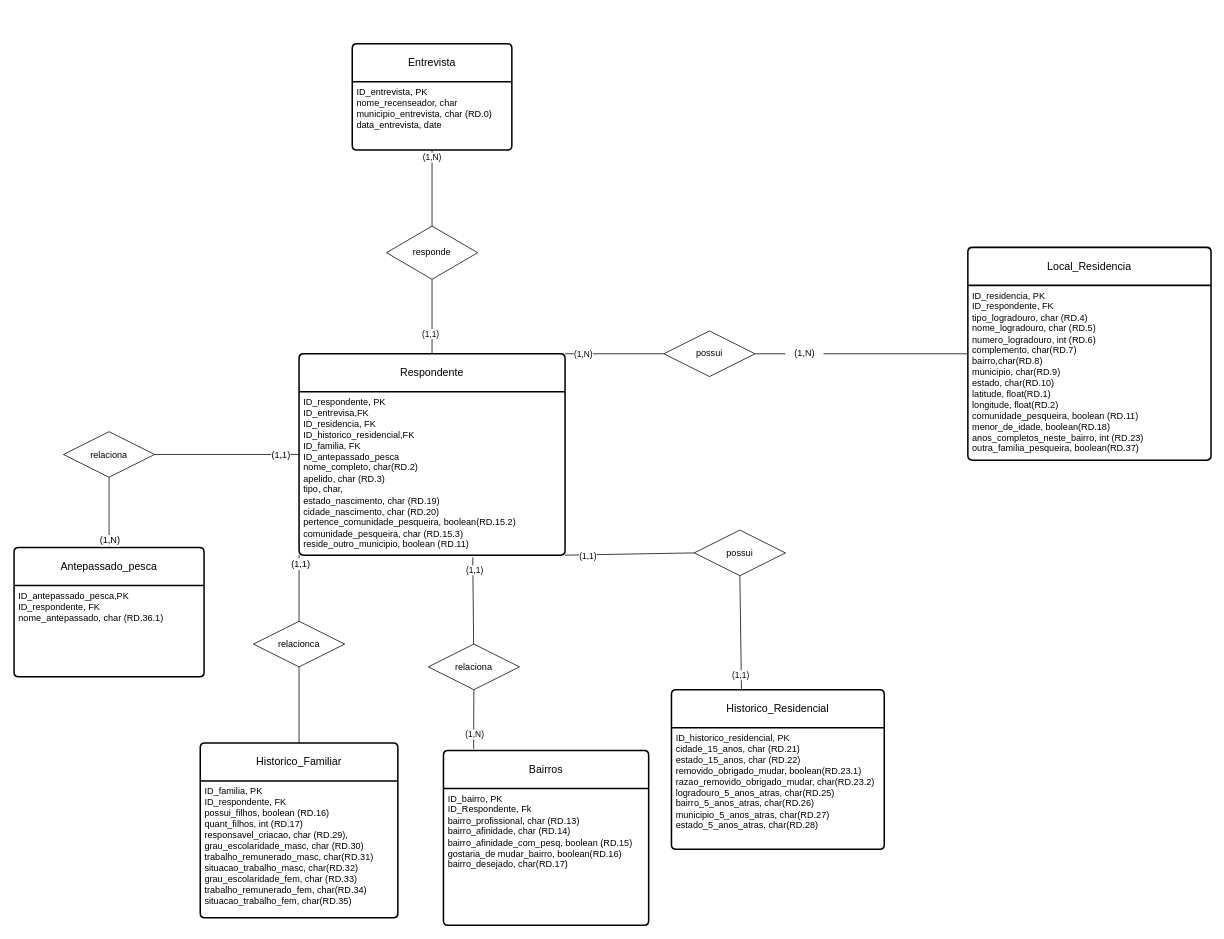
Earlier version of the draw.io diagram mer_1.drawio (larisard/mer). Source tidied: cells renumbered, new cells numbered last; positions are measured from the earlier drawing's top-left corner, leaving out a move shared by most shapes. Both pictures are drawn from the tidied source at 76%, with x=0, y=0 at pixel (14, 43).
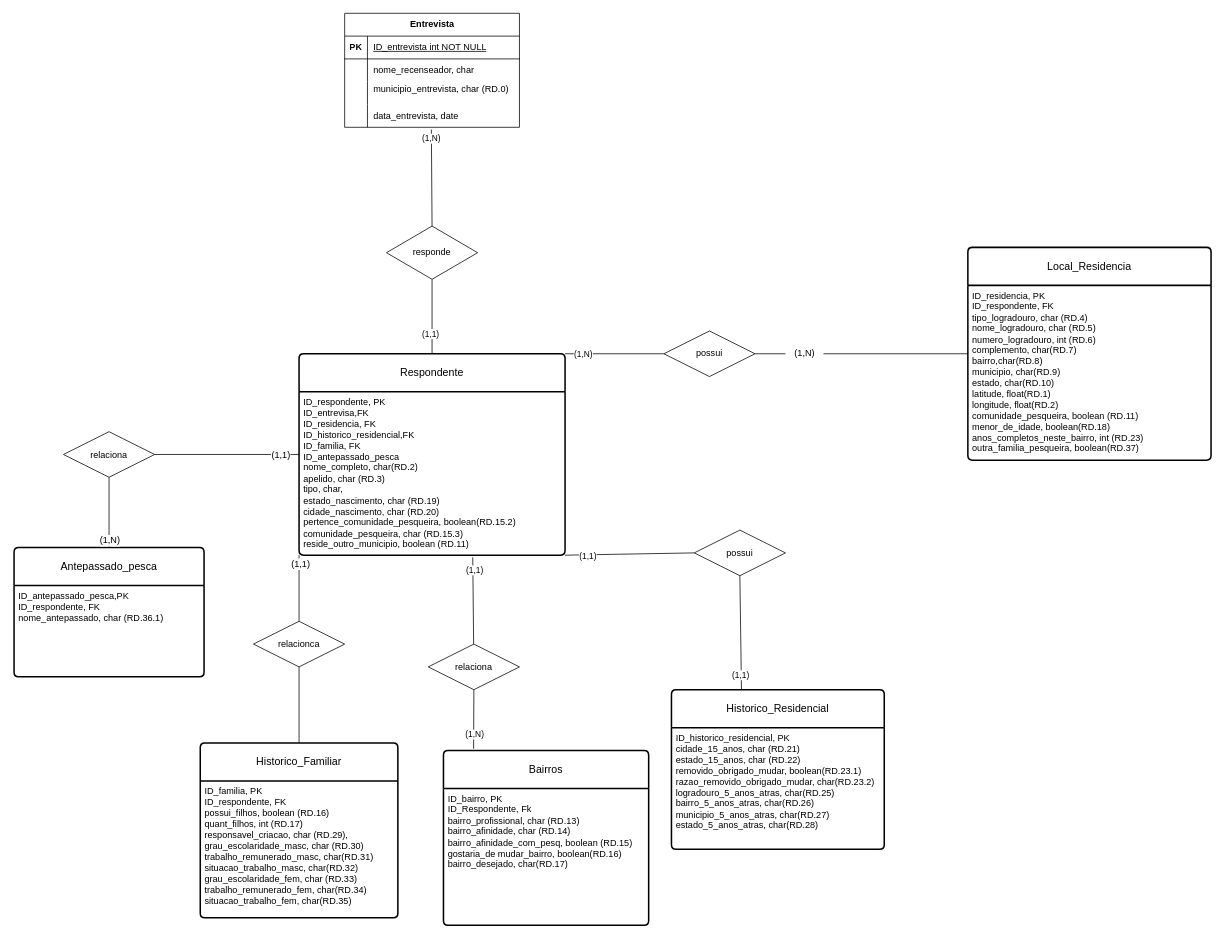
The same diagram, later.

The change refers to these unchanged cells:
```xml
<mxCell id="6" value="responde" style="shape=rhombus;perimeter=rhombusPerimeter;whiteSpace=wrap;html=1;align=center;" parent="1" vertex="1">
  <mxGeometry x="490" y="240" width="120" height="70" as="geometry" />
</mxCell>
```

The edit, as a diff of the source:
```diff
@@
-    <mxCell id="4" value="Entrevista" style="swimlane;horizontal=1;startSize=50;rounded=1;fontSize=14;fontStyle=0;strokeWidth=2;shadow=0;dashed=0;align=center;arcSize=4;whiteSpace=wrap;html=1;" parent="1" vertex="1">
-      <mxGeometry x="445" width="210" height="140" as="geometry" />
-    </mxCell>
-    <mxCell id="5" value="ID_entrevista, PK&lt;br&gt;nome_recenseador, char&lt;br&gt;&lt;div&gt;municipio_entrevista, char (RD.0)&lt;/div&gt;&lt;div&gt;data_entrevista, date&lt;/div&gt;" style="align=left;strokeColor=none;fillColor=none;spacingLeft=4;fontSize=12;verticalAlign=top;html=1;" parent="4" vertex="1">
-      <mxGeometry y="50" width="210" height="90" as="geometry" />
-    </mxCell>
@@
-    <mxCell id="28" style="endArrow=none;html=1;rounded=0;entryX=0.5;entryY=0;entryDx=0;entryDy=0;exitX=0.5;exitY=1;exitDx=0;exitDy=0;" parent="1" edge="1" source="4" target="6">
+    <mxCell id="28" style="endArrow=none;html=1;rounded=0;entryX=0.5;entryY=0;entryDx=0;entryDy=0;exitX=0.496;exitY=1.1;exitDx=0;exitDy=0;exitPerimeter=0;" parent="1" edge="1" source="56" target="6">
       <mxGeometry relative="1" as="geometry" />
     </mxCell>
@@
+    <mxCell id="4" value="Entrevista" style="shape=table;startSize=30;childLayout=tableLayout;rowLines=0;fontStyle=1;align=center;html=1;" parent="1" vertex="1">
+      <mxGeometry x="435" y="-40" width="230" height="150" as="geometry" />
+    </mxCell>
+    <mxCell id="47" style="shape=tableRow;horizontal=0;startSize=0;swimlaneHead=0;swimlaneBody=0;fillColor=none;top=0;left=0;right=0;bottom=1;" parent="4" vertex="1">
+      <mxGeometry y="30" width="230" height="30" as="geometry" />
+    </mxCell>
+    <mxCell id="48" value="PK" style="shape=partialRectangle;fillColor=none;top=0;left=0;bottom=0;right=0;fontStyle=1;overflow=hidden;whiteSpace=wrap;html=1;" parent="47" vertex="1">
+      <mxGeometry width="30" height="30" as="geometry" />
+    </mxCell>
+    <mxCell id="49" value="&lt;span style=&quot;font-weight: 400; text-wrap-mode: nowrap;&quot;&gt;ID_entrevista int NOT NULL&lt;/span&gt;" style="shape=partialRectangle;fillColor=none;top=0;left=0;bottom=0;right=0;align=left;spacingLeft=6;fontStyle=5;overflow=hidden;whiteSpace=wrap;html=1;" parent="47" vertex="1">
+      <mxGeometry x="30" width="200" height="30" as="geometry" />
+    </mxCell>
+    <mxCell id="50" style="shape=tableRow;horizontal=0;startSize=0;swimlaneHead=0;swimlaneBody=0;fillColor=none;top=0;left=0;right=0;bottom=0;" parent="4" vertex="1">
+      <mxGeometry y="60" width="230" height="30" as="geometry" />
+    </mxCell>
+    <mxCell id="51" style="shape=partialRectangle;fillColor=none;top=0;left=0;bottom=0;right=0;overflow=hidden;whiteSpace=wrap;html=1;" parent="50" vertex="1">
+      <mxGeometry width="30" height="30" as="geometry" />
+    </mxCell>
+    <mxCell id="52" value="&lt;span style=&quot;text-wrap-mode: nowrap;&quot;&gt;nome_recenseador, char&lt;/span&gt;" style="shape=partialRectangle;fillColor=none;top=0;left=0;bottom=0;right=0;align=left;spacingLeft=6;overflow=hidden;whiteSpace=wrap;html=1;" parent="50" vertex="1">
+      <mxGeometry x="30" width="200" height="30" as="geometry" />
+    </mxCell>
+    <mxCell id="53" style="shape=tableRow;horizontal=0;startSize=0;swimlaneHead=0;swimlaneBody=0;fillColor=none;top=0;left=0;right=0;bottom=0;" parent="4" vertex="1">
+      <mxGeometry y="90" width="230" height="30" as="geometry" />
+    </mxCell>
+    <mxCell id="54" style="shape=partialRectangle;fillColor=none;top=0;left=0;bottom=0;right=0;overflow=hidden;whiteSpace=wrap;html=1;" parent="53" vertex="1">
+      <mxGeometry width="30" height="30" as="geometry" />
+    </mxCell>
+    <mxCell id="55" value="&lt;div style=&quot;text-wrap-mode: nowrap;&quot;&gt;municipio_entrevista, char (RD.0)&lt;/div&gt;&lt;div&gt;&lt;br&gt;&lt;/div&gt;" style="shape=partialRectangle;fillColor=none;top=0;left=0;bottom=0;right=0;align=left;spacingLeft=6;overflow=hidden;whiteSpace=wrap;html=1;" parent="53" vertex="1">
+      <mxGeometry x="30" width="200" height="30" as="geometry" />
+    </mxCell>
+    <mxCell id="56" style="shape=tableRow;horizontal=0;startSize=0;swimlaneHead=0;swimlaneBody=0;fillColor=none;points=[[0,0.5],[1,0.5]];portConstraint=eastwest;top=0;left=0;right=0;bottom=0;" parent="4" vertex="1">
+      <mxGeometry y="120" width="230" height="30" as="geometry" />
+    </mxCell>
+    <mxCell id="57" style="shape=partialRectangle;fillColor=none;top=0;left=0;bottom=0;right=0;overflow=hidden;whiteSpace=wrap;html=1;" parent="56" vertex="1">
+      <mxGeometry width="30" height="30" as="geometry" />
+    </mxCell>
+    <mxCell id="58" value="&lt;span style=&quot;text-wrap-mode: nowrap;&quot;&gt;data_entrevista, date&lt;/span&gt;" style="shape=partialRectangle;fillColor=none;top=0;left=0;bottom=0;right=0;align=left;spacingLeft=6;overflow=hidden;whiteSpace=wrap;html=1;" parent="56" vertex="1">
+      <mxGeometry x="30" width="200" height="30" as="geometry" />
+    </mxCell>
```
